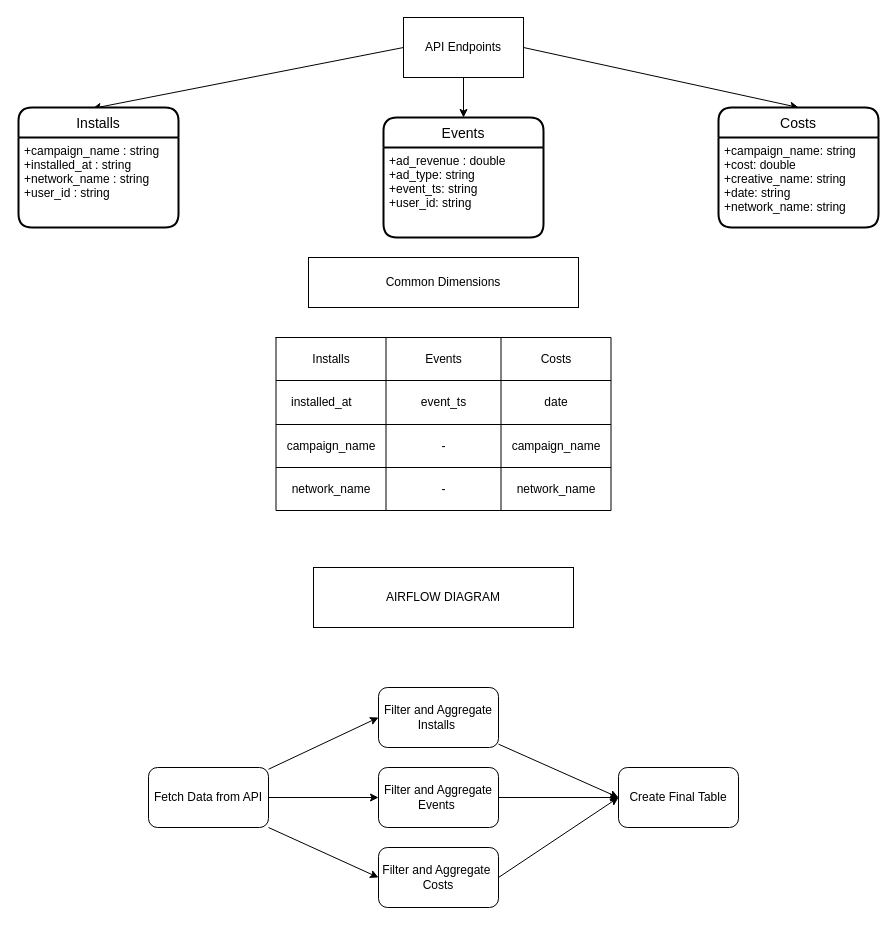
The draw.io diagram architecture_diagram/architecture.drawio in MehmetAliAydogan/apps_case_study, before the edit. Source tidied: cells renumbered, new cells numbered last; positions are measured from the earlier drawing's top-left corner, leaving out a move shared by most shapes. Both pictures are drawn from the tidied source at 100%, with x=0, y=0 at pixel (18, 17).
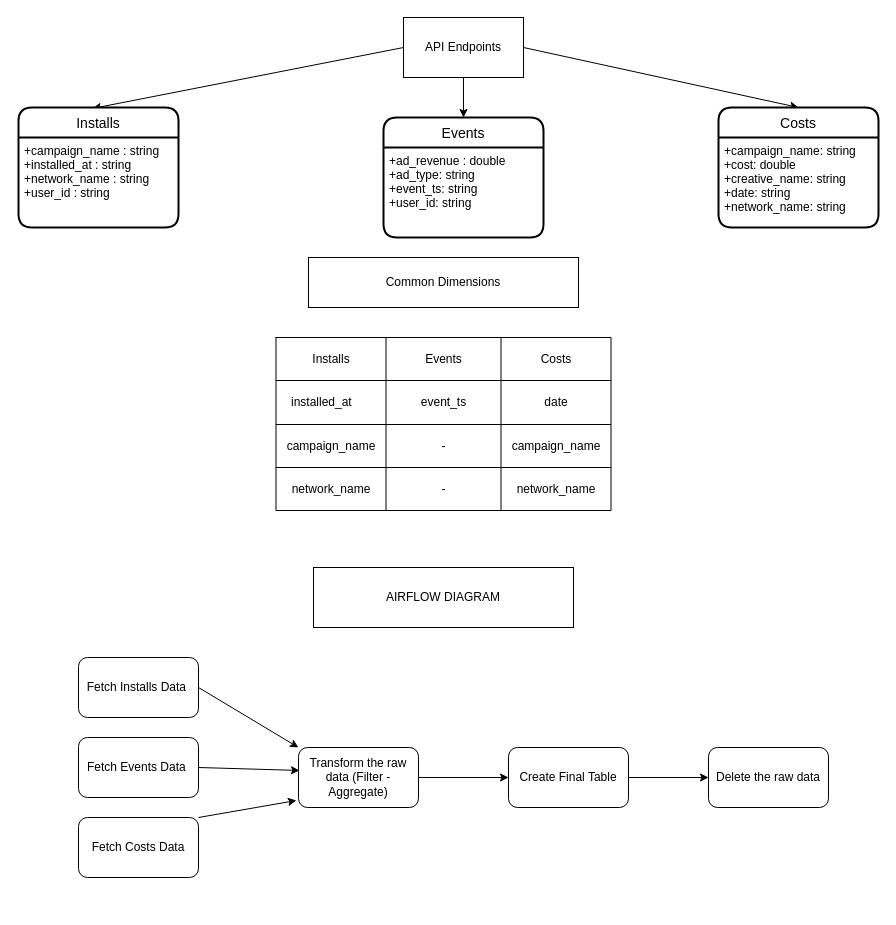
Above is the later version.

Commit message (it also covers changes not shown here):
add first revision of airflow DAG

The edit, as a diff of the source:
```diff
@@
-    <mxCell id="32" style="edgeStyle=none;html=1;" parent="1" edge="1" source="35">
-      <mxGeometry relative="1" as="geometry">
-        <mxPoint x="360" y="700" as="targetPoint" />
-      </mxGeometry>
-    </mxCell>
-    <mxCell id="33" style="edgeStyle=none;html=1;exitX=1;exitY=0.5;exitDx=0;exitDy=0;entryX=0;entryY=0.5;entryDx=0;entryDy=0;" parent="1" edge="1" source="35" target="40">
-      <mxGeometry relative="1" as="geometry" />
-    </mxCell>
-    <mxCell id="34" style="edgeStyle=none;html=1;exitX=1;exitY=1;exitDx=0;exitDy=0;entryX=0;entryY=0.5;entryDx=0;entryDy=0;" parent="1" edge="1" source="35" target="42">
-      <mxGeometry relative="1" as="geometry" />
-    </mxCell>
+    <mxCell id="43" style="edgeStyle=none;html=1;exitX=1;exitY=0.5;exitDx=0;exitDy=0;entryX=0;entryY=0.5;entryDx=0;entryDy=0;" parent="1" edge="1" source="35" target="38">
+      <mxGeometry relative="1" as="geometry" />
+    </mxCell>
-    <mxCell id="35" value="Fetch Data from API" style="rounded=1;whiteSpace=wrap;html=1;" parent="1" vertex="1">
-      <mxGeometry x="130" y="750" width="120" height="60" as="geometry" />
+    <mxCell id="35" value="Transform the raw data (Filter - Aggregate)" style="rounded=1;whiteSpace=wrap;html=1;" parent="1" vertex="1">
+      <mxGeometry x="280" y="730" width="120" height="60" as="geometry" />
     </mxCell>
-    <mxCell id="36" style="edgeStyle=none;html=1;entryX=0;entryY=0.5;entryDx=0;entryDy=0;" parent="1" edge="1" source="37" target="38">
-      <mxGeometry relative="1" as="geometry" />
-    </mxCell>
+    <mxCell id="44" style="edgeStyle=none;html=1;exitX=1;exitY=0.5;exitDx=0;exitDy=0;entryX=0;entryY=0;entryDx=0;entryDy=0;" parent="1" edge="1" source="37" target="35">
+      <mxGeometry relative="1" as="geometry" />
+    </mxCell>
-    <mxCell id="37" value="Filter and Aggregate&lt;br&gt;Installs&amp;nbsp;" style="rounded=1;whiteSpace=wrap;html=1;" parent="1" vertex="1">
-      <mxGeometry x="360" y="670" width="120" height="60" as="geometry" />
+    <mxCell id="37" value="Fetch Installs Data&amp;nbsp;" style="rounded=1;whiteSpace=wrap;html=1;" parent="1" vertex="1">
+      <mxGeometry x="60" y="640" width="120" height="60" as="geometry" />
     </mxCell>
+    <mxCell id="45" style="edgeStyle=none;html=1;entryX=0;entryY=0.5;entryDx=0;entryDy=0;" parent="1" edge="1" source="38" target="48">
+      <mxGeometry relative="1" as="geometry" />
+    </mxCell>
     <mxCell id="38" value="Create Final Table" style="rounded=1;whiteSpace=wrap;html=1;" parent="1" vertex="1">
-      <mxGeometry x="600" y="750" width="120" height="60" as="geometry" />
+      <mxGeometry x="490" y="730" width="120" height="60" as="geometry" />
     </mxCell>
-    <mxCell id="39" style="edgeStyle=none;html=1;exitX=1;exitY=0.5;exitDx=0;exitDy=0;entryX=0;entryY=0.5;entryDx=0;entryDy=0;" parent="1" edge="1" source="40" target="38">
-      <mxGeometry relative="1" as="geometry" />
-    </mxCell>
+    <mxCell id="46" style="edgeStyle=none;html=1;exitX=1;exitY=0.5;exitDx=0;exitDy=0;entryX=0.008;entryY=0.383;entryDx=0;entryDy=0;entryPerimeter=0;" parent="1" edge="1" source="40" target="35">
+      <mxGeometry relative="1" as="geometry" />
+    </mxCell>
-    <mxCell id="40" value="Filter and Aggregate&lt;br&gt;Events&amp;nbsp;" style="rounded=1;whiteSpace=wrap;html=1;" parent="1" vertex="1">
-      <mxGeometry x="360" y="750" width="120" height="60" as="geometry" />
+    <mxCell id="40" value="Fetch Events Data&amp;nbsp;" style="rounded=1;whiteSpace=wrap;html=1;" parent="1" vertex="1">
+      <mxGeometry x="60" y="720" width="120" height="60" as="geometry" />
     </mxCell>
-    <mxCell id="41" style="edgeStyle=none;html=1;exitX=1;exitY=0.5;exitDx=0;exitDy=0;entryX=0;entryY=0.5;entryDx=0;entryDy=0;" parent="1" edge="1" source="42" target="38">
-      <mxGeometry relative="1" as="geometry" />
-    </mxCell>
+    <mxCell id="47" style="edgeStyle=none;html=1;exitX=1;exitY=0;exitDx=0;exitDy=0;entryX=-0.017;entryY=0.883;entryDx=0;entryDy=0;entryPerimeter=0;" parent="1" edge="1" source="42" target="35">
+      <mxGeometry relative="1" as="geometry" />
+    </mxCell>
-    <mxCell id="42" value="Filter and Aggregate&amp;nbsp;&lt;br&gt;Costs" style="rounded=1;whiteSpace=wrap;html=1;" parent="1" vertex="1">
-      <mxGeometry x="360" y="830" width="120" height="60" as="geometry" />
+    <mxCell id="42" value="Fetch Costs Data" style="rounded=1;whiteSpace=wrap;html=1;" parent="1" vertex="1">
+      <mxGeometry x="60" y="800" width="120" height="60" as="geometry" />
     </mxCell>
+    <mxCell id="48" value="Delete the raw data" style="rounded=1;whiteSpace=wrap;html=1;" parent="1" vertex="1">
+      <mxGeometry x="690" y="730" width="120" height="60" as="geometry" />
+    </mxCell>
```
